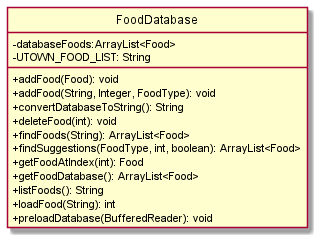
The PlantUML diagram docs/diagrams-DG/FoodDatabase_Class.png in praj-bellakka/tp, before a commit.
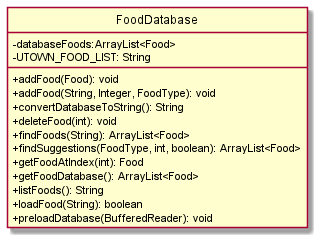
The same diagram one commit later.

Commit message:
Update UML class diagram

Diff of the diagram source:
```diff
@@ -15,7 +15,7 @@
 + getFoodAtIndex(int): Food
 + getFoodDatabase(): ArrayList<Food>
 + listFoods(): String
-+ loadFood(String): int
++ loadFood(String): boolean
 + preloadDatabase(BufferedReader): void
 }
 
```
